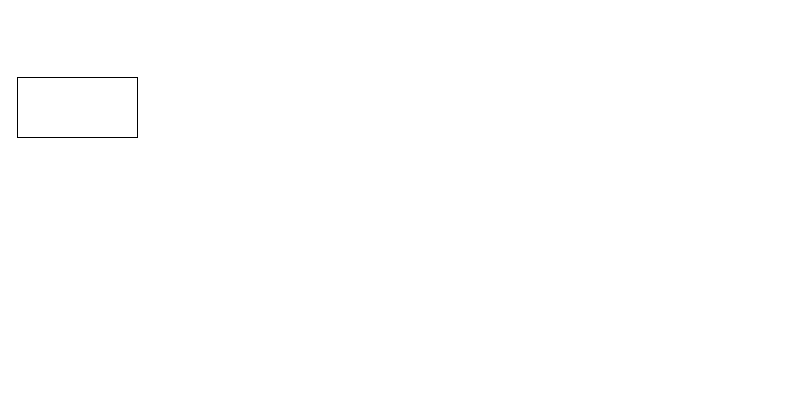
This is schematic.drawio from kukiC/ELEC3607, a draw.io file, before an edit. Source tidied: cells renumbered, new cells numbered last; positions are measured from the earlier drawing's top-left corner, leaving out a move shared by most shapes. Both pictures are drawn from the tidied source at 100%, with x=0, y=0 at pixel (17, 77).
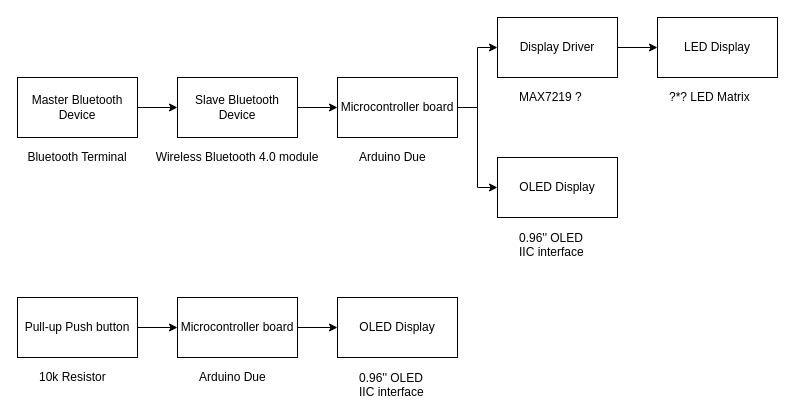
Above is the later version.

The edit, as a diff of the source:
```diff
@@
+    <mxCell id="3" style="edgeStyle=orthogonalEdgeStyle;rounded=0;jettySize=auto;html=1;" parent="1" edge="1" source="2" target="5">
+      <mxGeometry relative="1" as="geometry" />
+    </mxCell>
-    <mxCell id="2" style="rounded=0;whiteSpace=wrap;html=1;" parent="1" vertex="1">
+    <mxCell id="2" value="Master Bluetooth Device" style="rounded=0;whiteSpace=wrap;html=1;" parent="1" vertex="1">
       <mxGeometry width="120" height="60" as="geometry" />
     </mxCell>
+    <mxCell id="4" style="edgeStyle=orthogonalEdgeStyle;rounded=0;jettySize=auto;html=1;" parent="1" edge="1" source="5" target="8">
+      <mxGeometry relative="1" as="geometry" />
+    </mxCell>
+    <mxCell id="5" value="Slave Bluetooth Device" style="rounded=0;whiteSpace=wrap;html=1;" parent="1" vertex="1">
+      <mxGeometry x="160" width="120" height="60" as="geometry" />
+    </mxCell>
+    <mxCell id="6" style="edgeStyle=orthogonalEdgeStyle;rounded=0;jettySize=auto;html=1;" parent="1" edge="1" source="8" target="10">
+      <mxGeometry relative="1" as="geometry" />
+    </mxCell>
+    <mxCell id="7" style="edgeStyle=orthogonalEdgeStyle;rounded=0;jettySize=auto;html=1;entryX=0;entryY=0.5;entryDx=0;entryDy=0;" parent="1" edge="1" source="8" target="23">
+      <mxGeometry relative="1" as="geometry" />
+    </mxCell>
+    <mxCell id="8" value="Microcontroller board" style="rounded=0;whiteSpace=wrap;html=1;" parent="1" vertex="1">
+      <mxGeometry x="320" width="120" height="60" as="geometry" />
+    </mxCell>
+    <mxCell id="9" style="edgeStyle=orthogonalEdgeStyle;rounded=0;jettySize=auto;html=1;" parent="1" edge="1" source="10" target="11">
+      <mxGeometry relative="1" as="geometry" />
+    </mxCell>
+    <mxCell id="10" value="Display Driver" style="rounded=0;whiteSpace=wrap;html=1;" parent="1" vertex="1">
+      <mxGeometry x="480" y="-60" width="120" height="60" as="geometry" />
+    </mxCell>
+    <mxCell id="11" value="LED Display" style="rounded=0;whiteSpace=wrap;html=1;" parent="1" vertex="1">
+      <mxGeometry x="640" y="-60" width="120" height="60" as="geometry" />
+    </mxCell>
+    <mxCell id="12" value="Bluetooth Terminal" style="text;html=1;strokeColor=none;fillColor=none;align=center;verticalAlign=middle;whiteSpace=wrap;rounded=0;" parent="1" vertex="1">
+      <mxGeometry y="70" width="120" height="20" as="geometry" />
+    </mxCell>
+    <mxCell id="13" value="&lt;p&gt;&lt;span&gt;Wireless Bluetooth 4.0 module&lt;/span&gt;&lt;/p&gt;" style="text;html=1;strokeColor=none;fillColor=none;align=center;verticalAlign=middle;whiteSpace=wrap;rounded=0;" parent="1" vertex="1">
+      <mxGeometry x="135" y="70" width="170" height="20" as="geometry" />
+    </mxCell>
+    <mxCell id="14" value="Arduino Due" style="text;html=1;align=left;verticalAlign=top;spacingTop=-4;" parent="1" vertex="1">
+      <mxGeometry x="340" y="70" width="80" height="20" as="geometry" />
+    </mxCell>
+    <mxCell id="15" value="&lt;span&gt;MAX7219 ?&lt;/span&gt;" style="text;html=1;align=left;verticalAlign=top;spacingTop=-4;" parent="1" vertex="1">
+      <mxGeometry x="500" y="10" width="80" height="20" as="geometry" />
+    </mxCell>
+    <mxCell id="16" value="?*? LED Matrix" style="text;html=1;align=left;verticalAlign=top;spacingTop=-4;" parent="1" vertex="1">
+      <mxGeometry x="650" y="10" width="100" height="20" as="geometry" />
+    </mxCell>
+    <mxCell id="17" style="edgeStyle=orthogonalEdgeStyle;rounded=0;jettySize=auto;html=1;" parent="1" edge="1" source="18" target="20">
+      <mxGeometry relative="1" as="geometry" />
+    </mxCell>
+    <mxCell id="18" value="Pull-up Push button" style="rounded=0;whiteSpace=wrap;html=1;" parent="1" vertex="1">
+      <mxGeometry y="220" width="120" height="60" as="geometry" />
+    </mxCell>
+    <mxCell id="19" style="edgeStyle=orthogonalEdgeStyle;rounded=0;jettySize=auto;html=1;" parent="1" edge="1" source="20" target="25">
+      <mxGeometry relative="1" as="geometry" />
+    </mxCell>
+    <mxCell id="20" value="Microcontroller board" style="rounded=0;whiteSpace=wrap;html=1;" parent="1" vertex="1">
+      <mxGeometry x="160" y="220" width="120" height="60" as="geometry" />
+    </mxCell>
+    <mxCell id="21" value="10k Resistor" style="text;html=1;align=left;verticalAlign=top;spacingTop=-4;" parent="1" vertex="1">
+      <mxGeometry x="20" y="290" width="80" height="20" as="geometry" />
+    </mxCell>
+    <mxCell id="22" value="Arduino Due" style="text;html=1;align=left;verticalAlign=top;spacingTop=-4;" parent="1" vertex="1">
+      <mxGeometry x="180" y="290" width="80" height="20" as="geometry" />
+    </mxCell>
+    <mxCell id="23" value="OLED Display" style="rounded=0;whiteSpace=wrap;html=1;" parent="1" vertex="1">
+      <mxGeometry x="480" y="80" width="120" height="60" as="geometry" />
+    </mxCell>
+    <mxCell id="24" value="&lt;span&gt;0.96'' OLED&lt;br&gt;IIC interface&lt;/span&gt;" style="text;html=1;align=left;verticalAlign=top;spacingTop=-4;" parent="1" vertex="1">
+      <mxGeometry x="500" y="151" width="80" height="30" as="geometry" />
+    </mxCell>
+    <mxCell id="25" value="OLED Display" style="rounded=0;whiteSpace=wrap;html=1;" parent="1" vertex="1">
+      <mxGeometry x="320" y="220" width="120" height="60" as="geometry" />
+    </mxCell>
+    <mxCell id="26" value="&lt;span&gt;0.96'' OLED&lt;br&gt;IIC interface&lt;/span&gt;" style="text;html=1;align=left;verticalAlign=top;spacingTop=-4;" parent="1" vertex="1">
+      <mxGeometry x="340" y="291" width="80" height="30" as="geometry" />
+    </mxCell>
```
